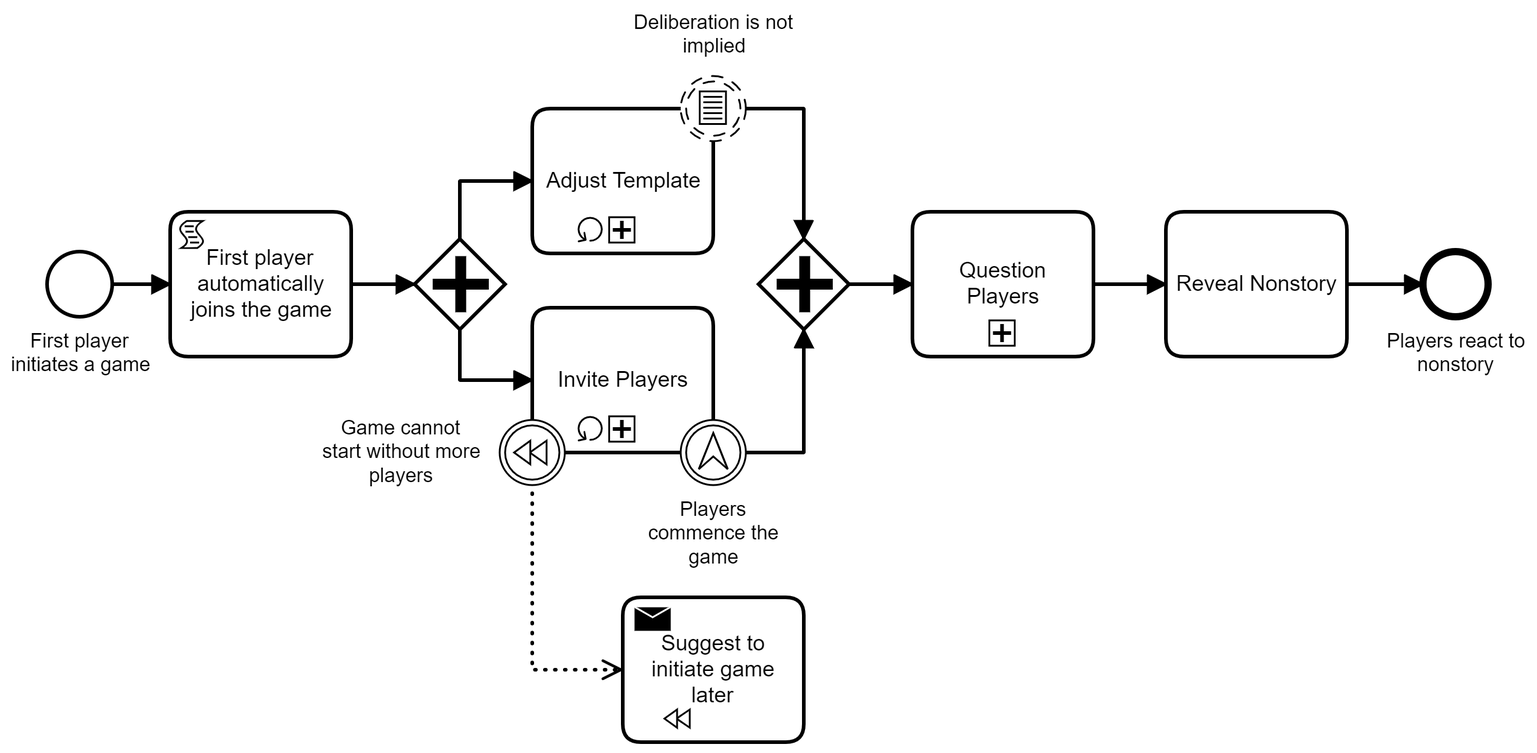
Above: Processes/Round.png in nonstorio/nosenstory-design (BPMN), before the change. Its source is kept beside it as Processes/Round.bpmn. Ids are renumbered. Its diagram source:
```xml
<bpmn:definitions xmlns:bpmn="http://www.omg.org/spec/BPMN/20100524/MODEL" xmlns:bpmndi="http://www.omg.org/spec/BPMN/20100524/DI" xmlns:dc="http://www.omg.org/spec/DD/20100524/DC" xmlns:xsi="http://www.w3.org/2001/XMLSchema-instance" xmlns:di="http://www.omg.org/spec/DD/20100524/DI" id="Definitions_n1" targetNamespace="http://bpmn.io/schema/bpmn" exporter="Camunda Modeler" exporterVersion="3.7.0">
  <bpmn:process id="Process_n2" name="Round" isExecutable="true">
    <bpmn:startEvent id="StartEvent_1" name="First player initiates a game">
      <bpmn:outgoing>Flow_n3</bpmn:outgoing>
    </bpmn:startEvent>
    <bpmn:parallelGateway id="Gateway_n4">
      <bpmn:incoming>Flow_n5</bpmn:incoming>
      <bpmn:outgoing>Flow_n6</bpmn:outgoing>
      <bpmn:outgoing>Flow_n7</bpmn:outgoing>
    </bpmn:parallelGateway>
    <bpmn:sequenceFlow id="Flow_n6" sourceRef="Gateway_n4" targetRef="Activity_n8" />
    <bpmn:sequenceFlow id="Flow_n7" sourceRef="Gateway_n4" targetRef="Activity_n9" />
    <bpmn:parallelGateway id="Gateway_n10">
      <bpmn:incoming>Flow_n11</bpmn:incoming>
      <bpmn:incoming>Flow_n12</bpmn:incoming>
      <bpmn:outgoing>Flow_n13</bpmn:outgoing>
    </bpmn:parallelGateway>
    <bpmn:sequenceFlow id="Flow_n11" sourceRef="Event_n14" targetRef="Gateway_n10" />
    <bpmn:subProcess id="Activity_n8" name="Adjust Template">
      <bpmn:incoming>Flow_n6</bpmn:incoming>
      <bpmn:standardLoopCharacteristics />
    </bpmn:subProcess>
    <bpmn:sequenceFlow id="Flow_n12" sourceRef="Event_n15" targetRef="Gateway_n10" />
    <bpmn:boundaryEvent id="Event_n14" name="Deliberation is not implied" cancelActivity="false" attachedToRef="Activity_n8">
      <bpmn:outgoing>Flow_n11</bpmn:outgoing>
      <bpmn:conditionalEventDefinition id="ConditionalEventDefinition_n16">
        <bpmn:condition xsi:type="bpmn:tFormalExpression" />
      </bpmn:conditionalEventDefinition>
    </bpmn:boundaryEvent>
    <bpmn:sequenceFlow id="Flow_n13" sourceRef="Gateway_n10" targetRef="Activity_n17" />
    <bpmn:subProcess id="Activity_n17" name="Question Players">
      <bpmn:incoming>Flow_n13</bpmn:incoming>
      <bpmn:outgoing>Flow_n18</bpmn:outgoing>
    </bpmn:subProcess>
    <bpmn:task id="Activity_n19" name="Reveal Nonstory">
      <bpmn:incoming>Flow_n18</bpmn:incoming>
      <bpmn:outgoing>Flow_n20</bpmn:outgoing>
    </bpmn:task>
    <bpmn:sequenceFlow id="Flow_n18" sourceRef="Activity_n17" targetRef="Activity_n19" />
    <bpmn:endEvent id="Event_n21" name="Players react to nonstory">
      <bpmn:incoming>Flow_n20</bpmn:incoming>
    </bpmn:endEvent>
    <bpmn:sequenceFlow id="Flow_n20" sourceRef="Activity_n19" targetRef="Event_n21" />
    <bpmn:sequenceFlow id="Flow_n5" sourceRef="Activity_n22" targetRef="Gateway_n4" />
    <bpmn:sequenceFlow id="Flow_n3" sourceRef="StartEvent_1" targetRef="Activity_n22" />
    <bpmn:scriptTask id="Activity_n22" name="First player automatically joins the game">
      <bpmn:incoming>Flow_n3</bpmn:incoming>
      <bpmn:outgoing>Flow_n5</bpmn:outgoing>
    </bpmn:scriptTask>
    <bpmn:boundaryEvent id="Event_n15" name="Players commence the game" attachedToRef="Activity_n9">
      <bpmn:outgoing>Flow_n12</bpmn:outgoing>
      <bpmn:escalationEventDefinition id="EscalationEventDefinition_n23" />
    </bpmn:boundaryEvent>
    <bpmn:boundaryEvent id="Event_n24" name="Game cannot start without more players" attachedToRef="Activity_n9">
      <bpmn:compensateEventDefinition id="CompensateEventDefinition_n25" />
    </bpmn:boundaryEvent>
    <bpmn:subProcess id="Activity_n9" name="Invite Players">
      <bpmn:incoming>Flow_n7</bpmn:incoming>
      <bpmn:standardLoopCharacteristics />
    </bpmn:subProcess>
    <bpmn:sendTask id="Activity_n26" name="Suggest to initiate game later" isForCompensation="true" />
    <bpmn:association id="Association_n27" associationDirection="One" sourceRef="Event_n24" targetRef="Activity_n26" />
  </bpmn:process>
  <bpmndi:BPMNDiagram id="BPMNDiagram_1">
    <bpmndi:BPMNPlane id="BPMNPlane_1" bpmnElement="Process_n2">
      <bpmndi:BPMNShape id="_BPMNShape_StartEvent_2" bpmnElement="StartEvent_1">
        <dc:Bounds x="172" y="209" width="36" height="36" />
        <bpmndi:BPMNLabel>
          <dc:Bounds x="152" y="252" width="78" height="27" />
        </bpmndi:BPMNLabel>
      </bpmndi:BPMNShape>
      <bpmndi:BPMNShape id="Gateway_137bxmz_di" bpmnElement="Gateway_n4">
        <dc:Bounds x="375" y="202" width="50" height="50" />
      </bpmndi:BPMNShape>
      <bpmndi:BPMNEdge id="Flow_n6_di" bpmnElement="Flow_n6">
        <di:waypoint x="400" y="202" />
        <di:waypoint x="400" y="170" />
        <di:waypoint x="440" y="170" />
      </bpmndi:BPMNEdge>
      <bpmndi:BPMNEdge id="Flow_n7_di" bpmnElement="Flow_n7">
        <di:waypoint x="400" y="252" />
        <di:waypoint x="400" y="280" />
        <di:waypoint x="440" y="280" />
      </bpmndi:BPMNEdge>
      <bpmndi:BPMNShape id="Gateway_n10_di" bpmnElement="Gateway_n10">
        <dc:Bounds x="565" y="202" width="50" height="50" />
      </bpmndi:BPMNShape>
      <bpmndi:BPMNEdge id="Flow_n11_di" bpmnElement="Flow_n11">
        <di:waypoint x="558" y="130" />
        <di:waypoint x="590" y="130" />
        <di:waypoint x="590" y="202" />
      </bpmndi:BPMNEdge>
      <bpmndi:BPMNShape id="Activity_052lty5_di" bpmnElement="Activity_n8">
        <dc:Bounds x="440" y="130" width="100" height="80" />
      </bpmndi:BPMNShape>
      <bpmndi:BPMNEdge id="Flow_n12_di" bpmnElement="Flow_n12">
        <di:waypoint x="558" y="320" />
        <di:waypoint x="590" y="320" />
        <di:waypoint x="590" y="252" />
      </bpmndi:BPMNEdge>
      <bpmndi:BPMNShape id="Event_0mv4j99_di" bpmnElement="Event_n14">
        <dc:Bounds x="522" y="112" width="36" height="36" />
        <bpmndi:BPMNLabel>
          <dc:Bounds x="496" y="76" width="89" height="27" />
        </bpmndi:BPMNLabel>
      </bpmndi:BPMNShape>
      <bpmndi:BPMNEdge id="Flow_n13_di" bpmnElement="Flow_n13">
        <di:waypoint x="615" y="227" />
        <di:waypoint x="650" y="227" />
      </bpmndi:BPMNEdge>
      <bpmndi:BPMNShape id="Activity_1c4p4qt_di" bpmnElement="Activity_n17">
        <dc:Bounds x="650" y="187" width="100" height="80" />
      </bpmndi:BPMNShape>
      <bpmndi:BPMNShape id="Activity_n19_di" bpmnElement="Activity_n19">
        <dc:Bounds x="790" y="187" width="100" height="80" />
      </bpmndi:BPMNShape>
      <bpmndi:BPMNEdge id="Flow_n18_di" bpmnElement="Flow_n18">
        <di:waypoint x="750" y="227" />
        <di:waypoint x="790" y="227" />
      </bpmndi:BPMNEdge>
      <bpmndi:BPMNShape id="Event_n21_di" bpmnElement="Event_n21">
        <dc:Bounds x="932" y="209" width="36" height="36" />
        <bpmndi:BPMNLabel>
          <dc:Bounds x="912" y="252" width="77" height="27" />
        </bpmndi:BPMNLabel>
      </bpmndi:BPMNShape>
      <bpmndi:BPMNEdge id="Flow_n20_di" bpmnElement="Flow_n20">
        <di:waypoint x="890" y="227" />
        <di:waypoint x="932" y="227" />
      </bpmndi:BPMNEdge>
      <bpmndi:BPMNEdge id="Flow_n5_di" bpmnElement="Flow_n5">
        <di:waypoint x="340" y="227" />
        <di:waypoint x="375" y="227" />
      </bpmndi:BPMNEdge>
      <bpmndi:BPMNEdge id="Flow_n3_di" bpmnElement="Flow_n3">
        <di:waypoint x="208" y="227" />
        <di:waypoint x="240" y="227" />
      </bpmndi:BPMNEdge>
      <bpmndi:BPMNShape id="Activity_0ybm7hz_di" bpmnElement="Activity_n22">
        <dc:Bounds x="240" y="187" width="100" height="80" />
      </bpmndi:BPMNShape>
      <bpmndi:BPMNShape id="Event_0br27lp_di" bpmnElement="Event_n15">
        <dc:Bounds x="522" y="302" width="36" height="36" />
        <bpmndi:BPMNLabel>
          <dc:Bounds x="504" y="345" width="73" height="40" />
        </bpmndi:BPMNLabel>
      </bpmndi:BPMNShape>
      <bpmndi:BPMNShape id="Event_0cs6621_di" bpmnElement="Event_n24">
        <dc:Bounds x="422" y="302" width="36" height="36" />
        <bpmndi:BPMNLabel>
          <dc:Bounds x="324" y="300" width="88" height="40" />
        </bpmndi:BPMNLabel>
      </bpmndi:BPMNShape>
      <bpmndi:BPMNShape id="Activity_17ov067_di" bpmnElement="Activity_n9">
        <dc:Bounds x="440" y="240" width="100" height="80" />
      </bpmndi:BPMNShape>
      <bpmndi:BPMNEdge id="Association_n27_di" bpmnElement="Association_n27">
        <di:waypoint x="440" y="338" />
        <di:waypoint x="440" y="440" />
        <di:waypoint x="490" y="440" />
      </bpmndi:BPMNEdge>
      <bpmndi:BPMNShape id="Activity_1tadm7o_di" bpmnElement="Activity_n26">
        <dc:Bounds x="490" y="400" width="100" height="80" />
      </bpmndi:BPMNShape>
    </bpmndi:BPMNPlane>
  </bpmndi:BPMNDiagram>
</bpmn:definitions>
```
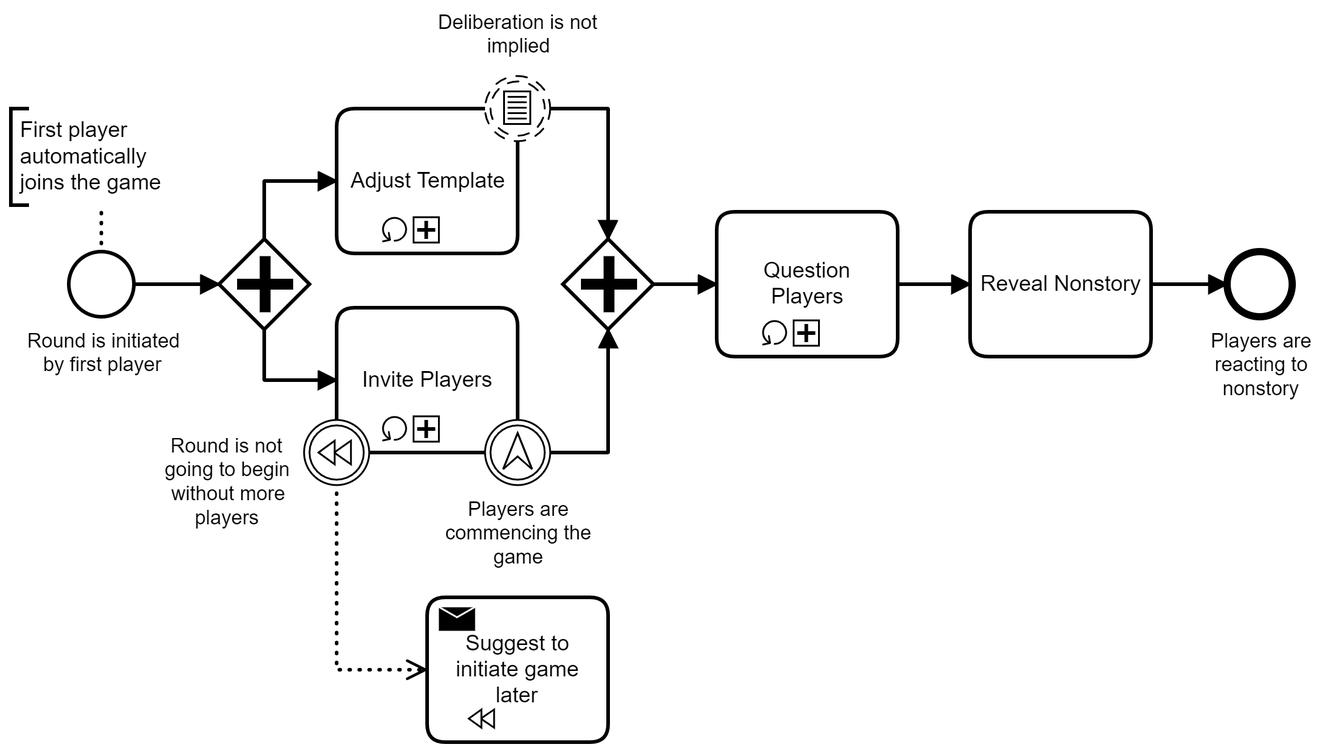
After the commit.

The edit, as a diff of the source:
```diff
@@ -1,10 +1,10 @@
 <bpmn:definitions xmlns:bpmn="http://www.omg.org/spec/BPMN/20100524/MODEL" xmlns:bpmndi="http://www.omg.org/spec/BPMN/20100524/DI" xmlns:dc="http://www.omg.org/spec/DD/20100524/DC" xmlns:xsi="http://www.w3.org/2001/XMLSchema-instance" xmlns:di="http://www.omg.org/spec/DD/20100524/DI" id="Definitions_n1" targetNamespace="http://bpmn.io/schema/bpmn" exporter="Camunda Modeler" exporterVersion="3.7.0">
   <bpmn:process id="Process_n2" name="Round" isExecutable="true">
-    <bpmn:startEvent id="StartEvent_1" name="First player initiates a game">
+    <bpmn:startEvent id="StartEvent_1" name="Round is initiated by first player">
       <bpmn:outgoing>Flow_n3</bpmn:outgoing>
     </bpmn:startEvent>
     <bpmn:parallelGateway id="Gateway_n4">
-      <bpmn:incoming>Flow_n5</bpmn:incoming>
+      <bpmn:incoming>Flow_n3</bpmn:incoming>
       <bpmn:outgoing>Flow_n6</bpmn:outgoing>
       <bpmn:outgoing>Flow_n7</bpmn:outgoing>
     </bpmn:parallelGateway>
@@ -31,27 +31,23 @@
     <bpmn:subProcess id="Activity_n17" name="Question Players">
       <bpmn:incoming>Flow_n13</bpmn:incoming>
       <bpmn:outgoing>Flow_n18</bpmn:outgoing>
+      <bpmn:standardLoopCharacteristics />
     </bpmn:subProcess>
     <bpmn:task id="Activity_n19" name="Reveal Nonstory">
       <bpmn:incoming>Flow_n18</bpmn:incoming>
       <bpmn:outgoing>Flow_n20</bpmn:outgoing>
     </bpmn:task>
     <bpmn:sequenceFlow id="Flow_n18" sourceRef="Activity_n17" targetRef="Activity_n19" />
-    <bpmn:endEvent id="Event_n21" name="Players react to nonstory">
+    <bpmn:endEvent id="Event_n21" name="Players are reacting to nonstory">
       <bpmn:incoming>Flow_n20</bpmn:incoming>
     </bpmn:endEvent>
     <bpmn:sequenceFlow id="Flow_n20" sourceRef="Activity_n19" targetRef="Event_n21" />
-    <bpmn:sequenceFlow id="Flow_n5" sourceRef="Activity_n22" targetRef="Gateway_n4" />
-    <bpmn:sequenceFlow id="Flow_n3" sourceRef="StartEvent_1" targetRef="Activity_n22" />
-    <bpmn:scriptTask id="Activity_n22" name="First player automatically joins the game">
-      <bpmn:incoming>Flow_n3</bpmn:incoming>
-      <bpmn:outgoing>Flow_n5</bpmn:outgoing>
-    </bpmn:scriptTask>
-    <bpmn:boundaryEvent id="Event_n15" name="Players commence the game" attachedToRef="Activity_n9">
+    <bpmn:sequenceFlow id="Flow_n3" sourceRef="StartEvent_1" targetRef="Gateway_n4" />
+    <bpmn:boundaryEvent id="Event_n15" name="Players are commencing the game" attachedToRef="Activity_n9">
       <bpmn:outgoing>Flow_n12</bpmn:outgoing>
       <bpmn:escalationEventDefinition id="EscalationEventDefinition_n23" />
     </bpmn:boundaryEvent>
-    <bpmn:boundaryEvent id="Event_n24" name="Game cannot start without more players" attachedToRef="Activity_n9">
+    <bpmn:boundaryEvent id="Event_n24" name="Round is not going to begin without more players" attachedToRef="Activity_n9">
       <bpmn:compensateEventDefinition id="CompensateEventDefinition_n25" />
     </bpmn:boundaryEvent>
     <bpmn:subProcess id="Activity_n9" name="Invite Players">
@@ -60,108 +56,112 @@
     </bpmn:subProcess>
     <bpmn:sendTask id="Activity_n26" name="Suggest to initiate game later" isForCompensation="true" />
     <bpmn:association id="Association_n27" associationDirection="One" sourceRef="Event_n24" targetRef="Activity_n26" />
+    <bpmn:textAnnotation id="TextAnnotation_n28">
+      <bpmn:text>First player automatically joins the game</bpmn:text>
+    </bpmn:textAnnotation>
+    <bpmn:association id="Association_n29" sourceRef="StartEvent_1" targetRef="TextAnnotation_n28" />
   </bpmn:process>
   <bpmndi:BPMNDiagram id="BPMNDiagram_1">
     <bpmndi:BPMNPlane id="BPMNPlane_1" bpmnElement="Process_n2">
       <bpmndi:BPMNShape id="_BPMNShape_StartEvent_2" bpmnElement="StartEvent_1">
-        <dc:Bounds x="172" y="209" width="36" height="36" />
+        <dc:Bounds x="192" y="209" width="36" height="36" />
         <bpmndi:BPMNLabel>
-          <dc:Bounds x="152" y="252" width="78" height="27" />
+          <dc:Bounds x="169" y="252" width="85" height="27" />
         </bpmndi:BPMNLabel>
       </bpmndi:BPMNShape>
       <bpmndi:BPMNShape id="Gateway_137bxmz_di" bpmnElement="Gateway_n4">
-        <dc:Bounds x="375" y="202" width="50" height="50" />
+        <dc:Bounds x="275" y="202" width="50" height="50" />
       </bpmndi:BPMNShape>
       <bpmndi:BPMNEdge id="Flow_n6_di" bpmnElement="Flow_n6">
-        <di:waypoint x="400" y="202" />
-        <di:waypoint x="400" y="170" />
-        <di:waypoint x="440" y="170" />
+        <di:waypoint x="300" y="202" />
+        <di:waypoint x="300" y="170" />
+        <di:waypoint x="340" y="170" />
       </bpmndi:BPMNEdge>
       <bpmndi:BPMNEdge id="Flow_n7_di" bpmnElement="Flow_n7">
-        <di:waypoint x="400" y="252" />
-        <di:waypoint x="400" y="280" />
-        <di:waypoint x="440" y="280" />
+        <di:waypoint x="300" y="252" />
+        <di:waypoint x="300" y="280" />
+        <di:waypoint x="340" y="280" />
       </bpmndi:BPMNEdge>
       <bpmndi:BPMNShape id="Gateway_n10_di" bpmnElement="Gateway_n10">
-        <dc:Bounds x="565" y="202" width="50" height="50" />
+        <dc:Bounds x="465" y="202" width="50" height="50" />
       </bpmndi:BPMNShape>
       <bpmndi:BPMNEdge id="Flow_n11_di" bpmnElement="Flow_n11">
-        <di:waypoint x="558" y="130" />
-        <di:waypoint x="590" y="130" />
-        <di:waypoint x="590" y="202" />
+        <di:waypoint x="458" y="130" />
+        <di:waypoint x="490" y="130" />
+        <di:waypoint x="490" y="202" />
       </bpmndi:BPMNEdge>
       <bpmndi:BPMNShape id="Activity_052lty5_di" bpmnElement="Activity_n8">
-        <dc:Bounds x="440" y="130" width="100" height="80" />
+        <dc:Bounds x="340" y="130" width="100" height="80" />
       </bpmndi:BPMNShape>
       <bpmndi:BPMNEdge id="Flow_n12_di" bpmnElement="Flow_n12">
-        <di:waypoint x="558" y="320" />
-        <di:waypoint x="590" y="320" />
-        <di:waypoint x="590" y="252" />
+        <di:waypoint x="458" y="320" />
+        <di:waypoint x="490" y="320" />
+        <di:waypoint x="490" y="252" />
       </bpmndi:BPMNEdge>
       <bpmndi:BPMNShape id="Event_0mv4j99_di" bpmnElement="Event_n14">
-        <dc:Bounds x="522" y="112" width="36" height="36" />
+        <dc:Bounds x="422" y="112" width="36" height="36" />
         <bpmndi:BPMNLabel>
-          <dc:Bounds x="496" y="76" width="89" height="27" />
+          <dc:Bounds x="396" y="76" width="89" height="27" />
         </bpmndi:BPMNLabel>
       </bpmndi:BPMNShape>
       <bpmndi:BPMNEdge id="Flow_n13_di" bpmnElement="Flow_n13">
-        <di:waypoint x="615" y="227" />
-        <di:waypoint x="650" y="227" />
+        <di:waypoint x="515" y="227" />
+        <di:waypoint x="550" y="227" />
       </bpmndi:BPMNEdge>
       <bpmndi:BPMNShape id="Activity_1c4p4qt_di" bpmnElement="Activity_n17">
-        <dc:Bounds x="650" y="187" width="100" height="80" />
+        <dc:Bounds x="550" y="187" width="100" height="80" />
       </bpmndi:BPMNShape>
       <bpmndi:BPMNShape id="Activity_n19_di" bpmnElement="Activity_n19">
-        <dc:Bounds x="790" y="187" width="100" height="80" />
+        <dc:Bounds x="690" y="187" width="100" height="80" />
       </bpmndi:BPMNShape>
       <bpmndi:BPMNEdge id="Flow_n18_di" bpmnElement="Flow_n18">
-        <di:waypoint x="750" y="227" />
-        <di:waypoint x="790" y="227" />
+        <di:waypoint x="650" y="227" />
+        <di:waypoint x="690" y="227" />
       </bpmndi:BPMNEdge>
       <bpmndi:BPMNShape id="Event_n21_di" bpmnElement="Event_n21">
-        <dc:Bounds x="932" y="209" width="36" height="36" />
+        <dc:Bounds x="832" y="209" width="36" height="36" />
         <bpmndi:BPMNLabel>
-          <dc:Bounds x="912" y="252" width="77" height="27" />
+          <dc:Bounds x="823" y="252" width="56" height="40" />
         </bpmndi:BPMNLabel>
       </bpmndi:BPMNShape>
       <bpmndi:BPMNEdge id="Flow_n20_di" bpmnElement="Flow_n20">
-        <di:waypoint x="890" y="227" />
-        <di:waypoint x="932" y="227" />
-      </bpmndi:BPMNEdge>
-      <bpmndi:BPMNEdge id="Flow_n5_di" bpmnElement="Flow_n5">
-        <di:waypoint x="340" y="227" />
-        <di:waypoint x="375" y="227" />
+        <di:waypoint x="790" y="227" />
+        <di:waypoint x="832" y="227" />
       </bpmndi:BPMNEdge>
       <bpmndi:BPMNEdge id="Flow_n3_di" bpmnElement="Flow_n3">
-        <di:waypoint x="208" y="227" />
-        <di:waypoint x="240" y="227" />
+        <di:waypoint x="228" y="227" />
+        <di:waypoint x="275" y="227" />
       </bpmndi:BPMNEdge>
-      <bpmndi:BPMNShape id="Activity_0ybm7hz_di" bpmnElement="Activity_n22">
-        <dc:Bounds x="240" y="187" width="100" height="80" />
-      </bpmndi:BPMNShape>
       <bpmndi:BPMNShape id="Event_0br27lp_di" bpmnElement="Event_n15">
-        <dc:Bounds x="522" y="302" width="36" height="36" />
+        <dc:Bounds x="422" y="302" width="36" height="36" />
         <bpmndi:BPMNLabel>
-          <dc:Bounds x="504" y="345" width="73" height="40" />
+          <dc:Bounds x="400" y="345" width="81" height="40" />
         </bpmndi:BPMNLabel>
       </bpmndi:BPMNShape>
       <bpmndi:BPMNShape id="Event_0cs6621_di" bpmnElement="Event_n24">
-        <dc:Bounds x="422" y="302" width="36" height="36" />
+        <dc:Bounds x="322" y="302" width="36" height="36" />
         <bpmndi:BPMNLabel>
-          <dc:Bounds x="324" y="300" width="88" height="40" />
+          <dc:Bounds x="245" y="310" width="70" height="53" />
         </bpmndi:BPMNLabel>
       </bpmndi:BPMNShape>
       <bpmndi:BPMNShape id="Activity_17ov067_di" bpmnElement="Activity_n9">
-        <dc:Bounds x="440" y="240" width="100" height="80" />
+        <dc:Bounds x="340" y="240" width="100" height="80" />
       </bpmndi:BPMNShape>
       <bpmndi:BPMNEdge id="Association_n27_di" bpmnElement="Association_n27">
-        <di:waypoint x="440" y="338" />
-        <di:waypoint x="440" y="440" />
-        <di:waypoint x="490" y="440" />
+        <di:waypoint x="340" y="338" />
+        <di:waypoint x="340" y="440" />
+        <di:waypoint x="390" y="440" />
       </bpmndi:BPMNEdge>
       <bpmndi:BPMNShape id="Activity_1tadm7o_di" bpmnElement="Activity_n26">
-        <dc:Bounds x="490" y="400" width="100" height="80" />
+        <dc:Bounds x="390" y="400" width="100" height="80" />
       </bpmndi:BPMNShape>
+      <bpmndi:BPMNShape id="TextAnnotation_n28_di" bpmnElement="TextAnnotation_n28">
+        <dc:Bounds x="160" y="130" width="99.98924268502583" height="53.35628227194492" />
+      </bpmndi:BPMNShape>
+      <bpmndi:BPMNEdge id="Association_n29_di" bpmnElement="Association_n29">
+        <di:waypoint x="210" y="209" />
+        <di:waypoint x="210" y="183" />
+      </bpmndi:BPMNEdge>
     </bpmndi:BPMNPlane>
   </bpmndi:BPMNDiagram>
 </bpmn:definitions>
```
